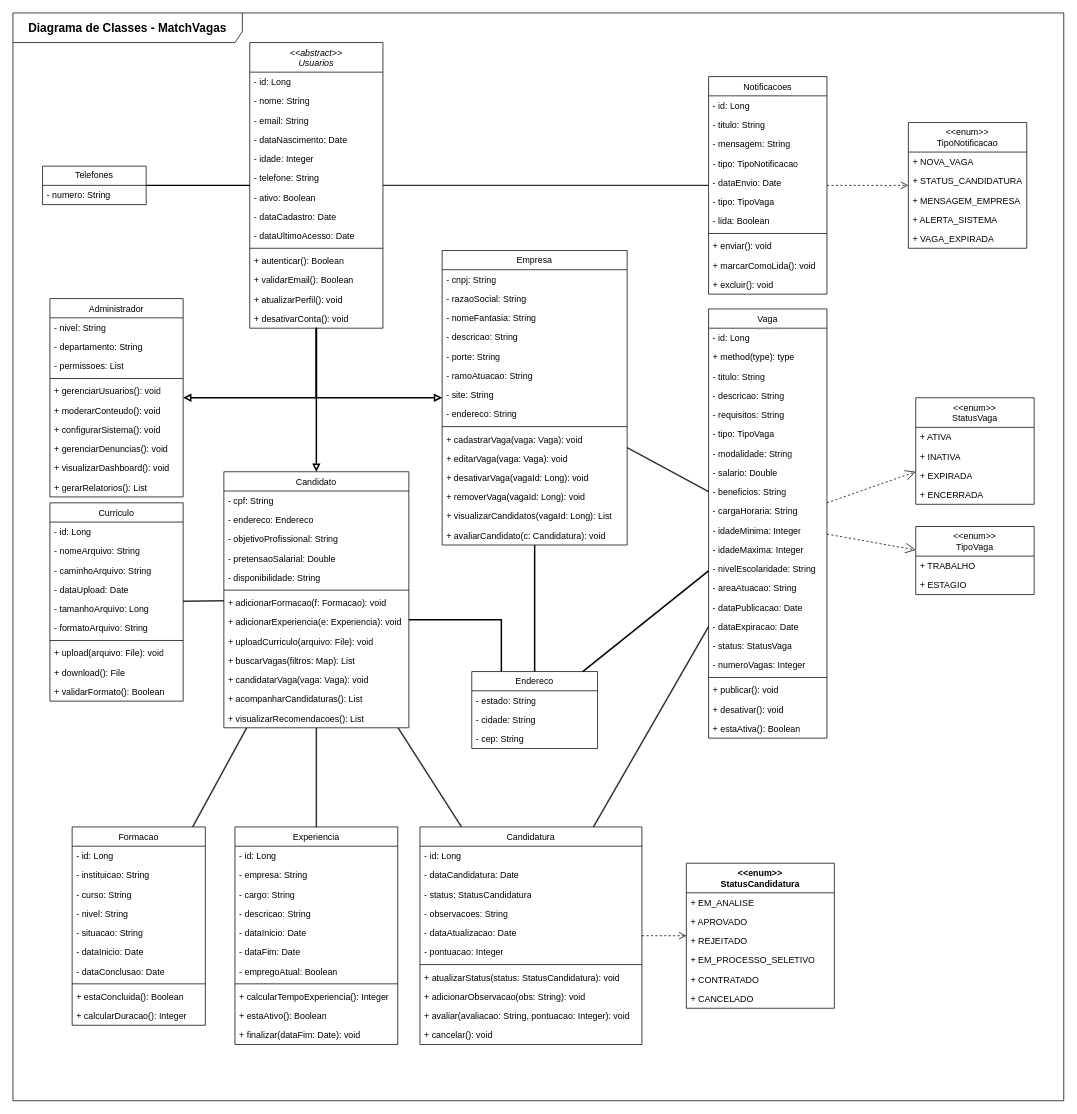
The draw.io diagram Diagramas/Diagrama de Classes/Diagrama de Classe.dio in MatchVagas/Documentation, before the edit. Source tidied: cells renumbered, new cells numbered last; positions are measured from the earlier drawing's top-left corner, leaving out a move shared by most shapes. Both pictures are drawn from the tidied source at 74%, with x=0, y=0 at pixel (13, 13).
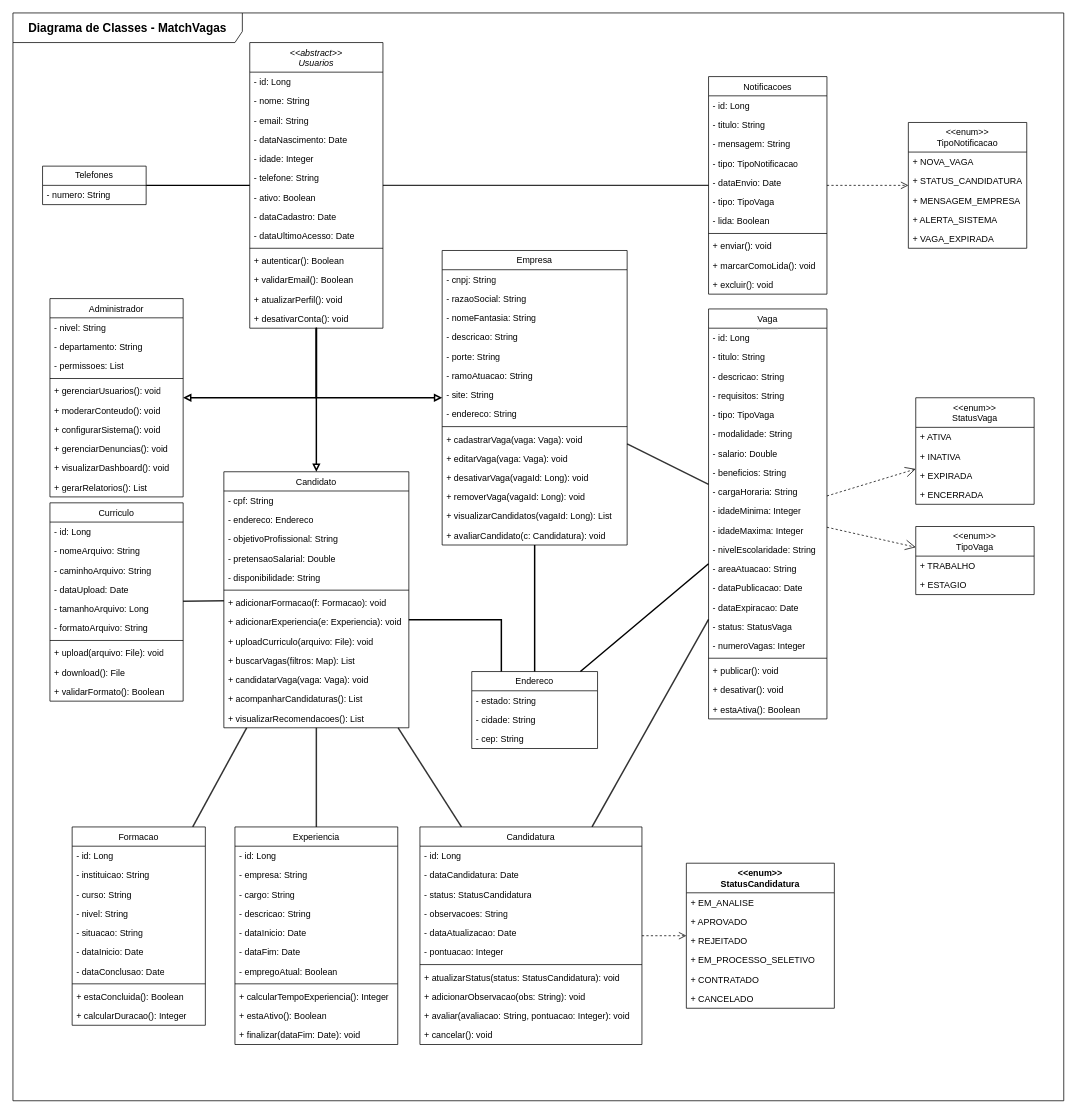
After the change.

Commit message (it also covers changes not shown here):
pequenas correções na clase vagas no diagrama de classes

The edit, as a diff of the source:
```diff
@@
     <mxCell id="12" value="&lt;span style=&quot;text-align: left;&quot;&gt;Vaga&lt;/span&gt;&lt;hr style=&quot;text-align: left;&quot;&gt;&lt;br&gt;&lt;span style=&quot;text-align: left;&quot;&gt;&lt;/span&gt;" style="swimlane;fontStyle=0;align=center;verticalAlign=top;horizontal=1;startSize=26;whiteSpace=wrap;html=1;" parent="1" vertex="1">
-      <mxGeometry x="940" y="400" width="160" height="580" as="geometry" />
+      <mxGeometry x="940" y="400" width="160" height="554" as="geometry" />
     </mxCell>
@@
-    <mxCell id="14" value="+ method(type): type" style="text;strokeColor=none;fillColor=none;align=left;verticalAlign=top;spacingLeft=4;spacingRight=4;overflow=hidden;whiteSpace=wrap;html=1;" parent="12" vertex="1">
-      <mxGeometry y="52" width="160" height="26" as="geometry" />
-    </mxCell>
     <mxCell id="15" value="- titulo: String" style="text;strokeColor=none;fillColor=none;align=left;verticalAlign=top;spacingLeft=4;spacingRight=4;overflow=hidden;whiteSpace=wrap;html=1;" parent="12" vertex="1">
-      <mxGeometry y="78" width="160" height="26" as="geometry" />
+      <mxGeometry y="52" width="160" height="26" as="geometry" />
     </mxCell>
     <mxCell id="16" value="- descricao: String" style="text;strokeColor=none;fillColor=none;align=left;verticalAlign=top;spacingLeft=4;spacingRight=4;overflow=hidden;whiteSpace=wrap;html=1;" parent="12" vertex="1">
-      <mxGeometry y="104" width="160" height="26" as="geometry" />
+      <mxGeometry y="78" width="160" height="26" as="geometry" />
     </mxCell>
     <mxCell id="17" value="- requisitos: String" style="text;strokeColor=none;fillColor=none;align=left;verticalAlign=top;spacingLeft=4;spacingRight=4;overflow=hidden;whiteSpace=wrap;html=1;" parent="12" vertex="1">
-      <mxGeometry y="130" width="160" height="26" as="geometry" />
+      <mxGeometry y="104" width="160" height="26" as="geometry" />
     </mxCell>
     <mxCell id="18" value="- tipo: TipoVaga" style="text;strokeColor=none;fillColor=none;align=left;verticalAlign=top;spacingLeft=4;spacingRight=4;overflow=hidden;whiteSpace=wrap;html=1;" parent="12" vertex="1">
-      <mxGeometry y="156" width="160" height="26" as="geometry" />
+      <mxGeometry y="130" width="160" height="26" as="geometry" />
     </mxCell>
     <mxCell id="19" value="- modalidade: String" style="text;strokeColor=none;fillColor=none;align=left;verticalAlign=top;spacingLeft=4;spacingRight=4;overflow=hidden;whiteSpace=wrap;html=1;" parent="12" vertex="1">
-      <mxGeometry y="182" width="160" height="26" as="geometry" />
+      <mxGeometry y="156" width="160" height="26" as="geometry" />
     </mxCell>
     <mxCell id="20" value="- salario: Double" style="text;strokeColor=none;fillColor=none;align=left;verticalAlign=top;spacingLeft=4;spacingRight=4;overflow=hidden;whiteSpace=wrap;html=1;" parent="12" vertex="1">
-      <mxGeometry y="208" width="160" height="26" as="geometry" />
+      <mxGeometry y="182" width="160" height="26" as="geometry" />
     </mxCell>
     <mxCell id="21" value="- beneficios: String" style="text;strokeColor=none;fillColor=none;align=left;verticalAlign=top;spacingLeft=4;spacingRight=4;overflow=hidden;whiteSpace=wrap;html=1;" parent="12" vertex="1">
-      <mxGeometry y="234" width="160" height="26" as="geometry" />
+      <mxGeometry y="208" width="160" height="26" as="geometry" />
     </mxCell>
     <mxCell id="22" value="- cargaHoraria: String" style="text;strokeColor=none;fillColor=none;align=left;verticalAlign=top;spacingLeft=4;spacingRight=4;overflow=hidden;whiteSpace=wrap;html=1;" parent="12" vertex="1">
-      <mxGeometry y="260" width="160" height="26" as="geometry" />
+      <mxGeometry y="234" width="160" height="26" as="geometry" />
     </mxCell>
     <mxCell id="23" value="- idadeMinima: Integer" style="text;strokeColor=none;fillColor=none;align=left;verticalAlign=top;spacingLeft=4;spacingRight=4;overflow=hidden;whiteSpace=wrap;html=1;" parent="12" vertex="1">
-      <mxGeometry y="286" width="160" height="26" as="geometry" />
+      <mxGeometry y="260" width="160" height="26" as="geometry" />
     </mxCell>
     <mxCell id="24" value="- idadeMaxima: Integer" style="text;strokeColor=none;fillColor=none;align=left;verticalAlign=top;spacingLeft=4;spacingRight=4;overflow=hidden;whiteSpace=wrap;html=1;" parent="12" vertex="1">
-      <mxGeometry y="312" width="160" height="26" as="geometry" />
+      <mxGeometry y="286" width="160" height="26" as="geometry" />
     </mxCell>
     <mxCell id="25" value="- nivelEscolaridade: String" style="text;strokeColor=none;fillColor=none;align=left;verticalAlign=top;spacingLeft=4;spacingRight=4;overflow=hidden;whiteSpace=wrap;html=1;" parent="12" vertex="1">
-      <mxGeometry y="338" width="160" height="26" as="geometry" />
+      <mxGeometry y="312" width="160" height="26" as="geometry" />
     </mxCell>
     <mxCell id="26" value="- areaAtuacao: String" style="text;strokeColor=none;fillColor=none;align=left;verticalAlign=top;spacingLeft=4;spacingRight=4;overflow=hidden;whiteSpace=wrap;html=1;" parent="12" vertex="1">
-      <mxGeometry y="364" width="160" height="26" as="geometry" />
+      <mxGeometry y="338" width="160" height="26" as="geometry" />
     </mxCell>
     <mxCell id="27" value="- dataPublicacao: Date" style="text;strokeColor=none;fillColor=none;align=left;verticalAlign=top;spacingLeft=4;spacingRight=4;overflow=hidden;whiteSpace=wrap;html=1;" parent="12" vertex="1">
-      <mxGeometry y="390" width="160" height="26" as="geometry" />
+      <mxGeometry y="364" width="160" height="26" as="geometry" />
     </mxCell>
     <mxCell id="28" value="- dataExpiracao: Date" style="text;strokeColor=none;fillColor=none;align=left;verticalAlign=top;spacingLeft=4;spacingRight=4;overflow=hidden;whiteSpace=wrap;html=1;" parent="12" vertex="1">
-      <mxGeometry y="416" width="160" height="26" as="geometry" />
+      <mxGeometry y="390" width="160" height="26" as="geometry" />
     </mxCell>
     <mxCell id="29" value="- status: StatusVaga" style="text;strokeColor=none;fillColor=none;align=left;verticalAlign=top;spacingLeft=4;spacingRight=4;overflow=hidden;whiteSpace=wrap;html=1;" parent="12" vertex="1">
-      <mxGeometry y="442" width="160" height="26" as="geometry" />
+      <mxGeometry y="416" width="160" height="26" as="geometry" />
     </mxCell>
     <mxCell id="30" value="- numeroVagas: Integer" style="text;strokeColor=none;fillColor=none;align=left;verticalAlign=top;spacingLeft=4;spacingRight=4;overflow=hidden;whiteSpace=wrap;html=1;" parent="12" vertex="1">
-      <mxGeometry y="468" width="160" height="26" as="geometry" />
+      <mxGeometry y="442" width="160" height="26" as="geometry" />
     </mxCell>
     <mxCell id="31" style="line;strokeWidth=1;fillColor=none;align=left;verticalAlign=middle;spacingTop=-1;spacingLeft=3;spacingRight=3;labelPosition=right;strokeColor=inherit;" parent="12" vertex="1">
-      <mxGeometry y="494" width="160" height="8" as="geometry" />
+      <mxGeometry y="468" width="160" height="8" as="geometry" />
     </mxCell>
     <mxCell id="32" value="+ publicar(): void" style="text;strokeColor=none;fillColor=none;align=left;verticalAlign=top;spacingLeft=4;spacingRight=4;overflow=hidden;whiteSpace=wrap;html=1;" parent="12" vertex="1">
-      <mxGeometry y="502" width="160" height="26" as="geometry" />
+      <mxGeometry y="476" width="160" height="26" as="geometry" />
     </mxCell>
     <mxCell id="33" value="+ desativar(): void" style="text;strokeColor=none;fillColor=none;align=left;verticalAlign=top;spacingLeft=4;spacingRight=4;overflow=hidden;whiteSpace=wrap;html=1;" parent="12" vertex="1">
-      <mxGeometry y="528" width="160" height="26" as="geometry" />
+      <mxGeometry y="502" width="160" height="26" as="geometry" />
     </mxCell>
     <mxCell id="34" value="+ estaAtiva(): Boolean" style="text;strokeColor=none;fillColor=none;align=left;verticalAlign=top;spacingLeft=4;spacingRight=4;overflow=hidden;whiteSpace=wrap;html=1;" parent="12" vertex="1">
-      <mxGeometry y="554" width="160" height="26" as="geometry" />
+      <mxGeometry y="528" width="160" height="26" as="geometry" />
     </mxCell>
```
